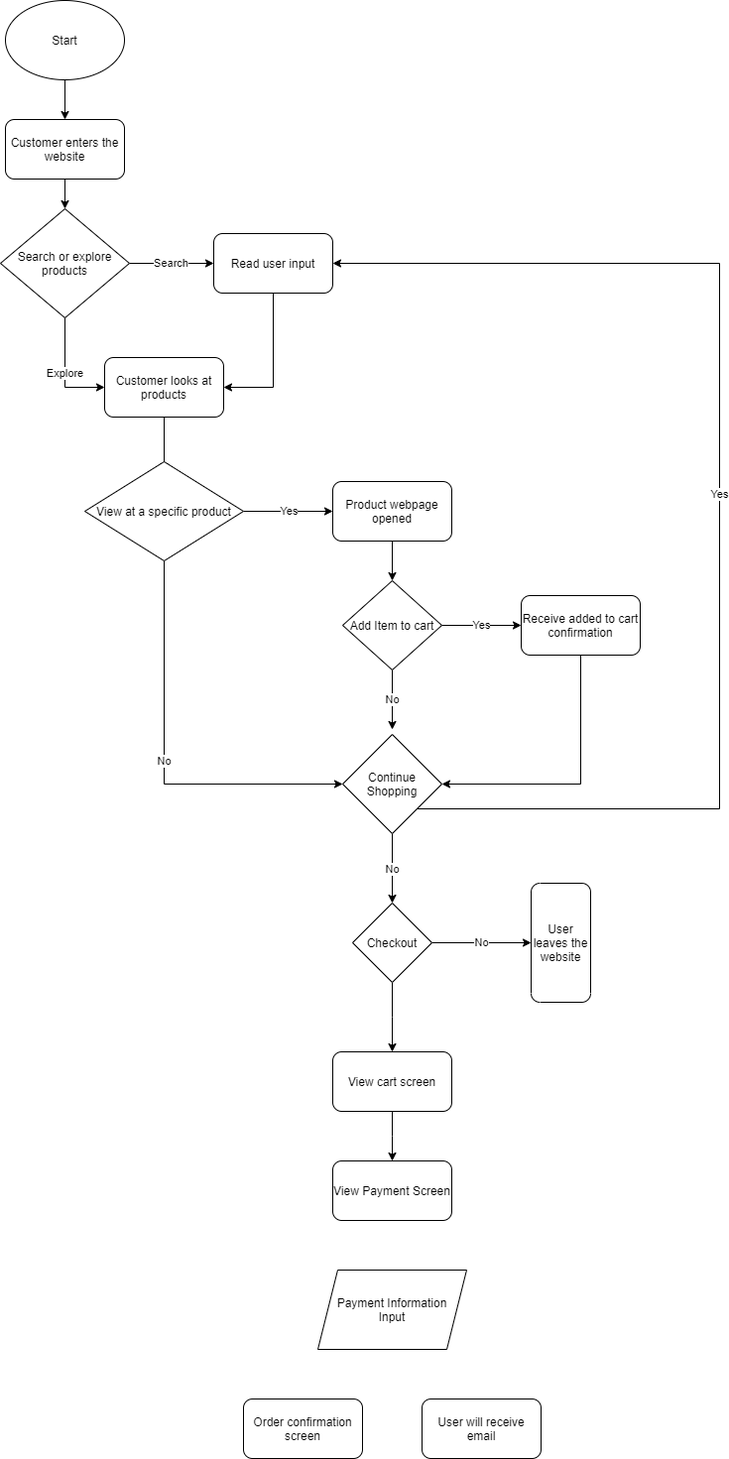
Above: part2/part2.drawio.png in jcpriyanto/sp21-cse110-lab4 (draw.io), before the change. Source tidied: cells renumbered, new cells last; positions are measured from the earlier drawing's top-left corner, leaving out a move shared by most shapes.
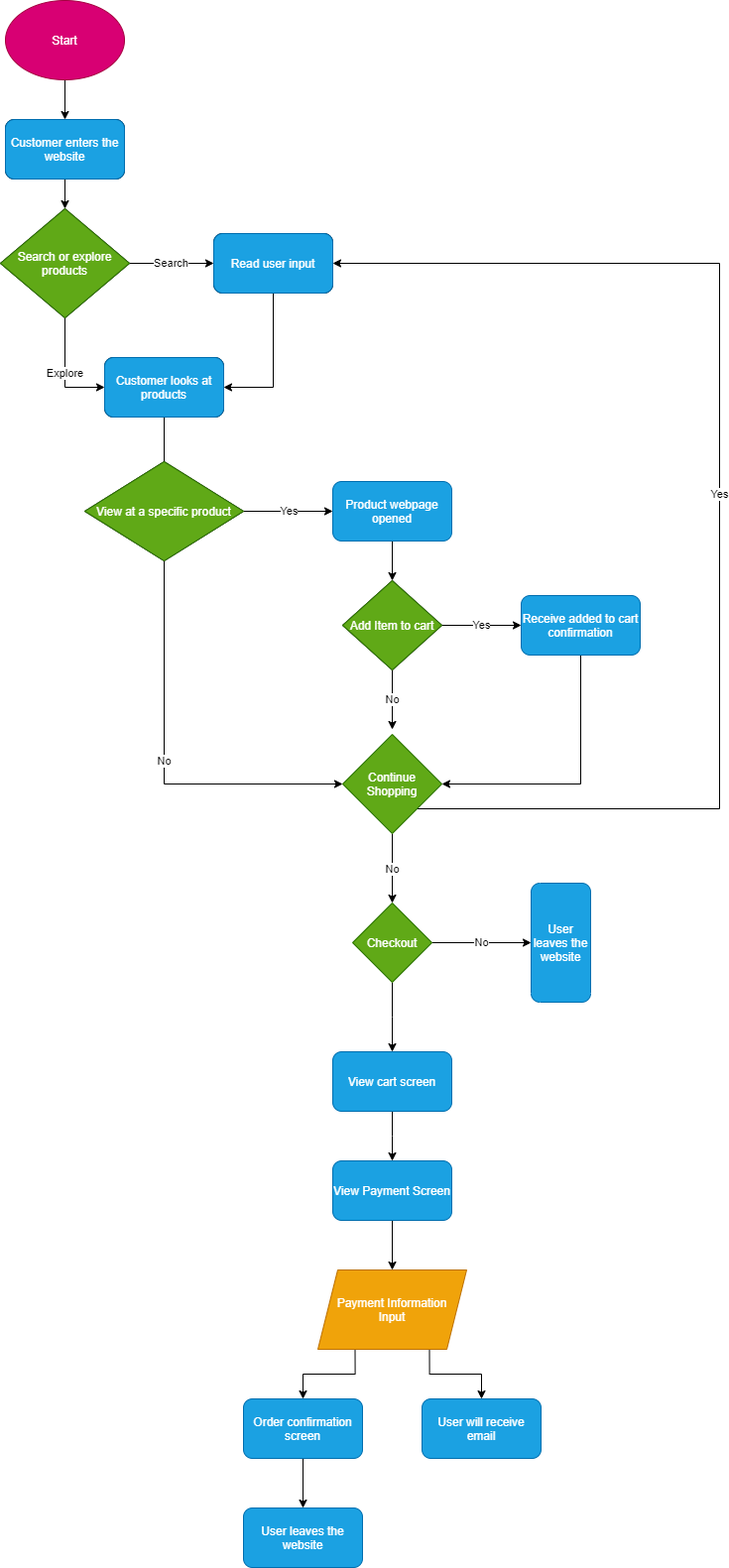
Later version of the same file.

What changed in the source:
```diff
@@ -5,7 +5,7 @@
     <mxCell id="2" style="edgeStyle=none;rounded=0;jettySize=auto;html=1;exitX=0.5;exitY=1;exitDx=0;exitDy=0;entryX=0.5;entryY=0;entryDx=0;entryDy=0;" parent="1" edge="1" source="3" target="5">
       <mxGeometry relative="1" as="geometry" />
     </mxCell>
-    <mxCell id="3" value="Start" style="ellipse;whiteSpace=wrap;html=1;" parent="1" vertex="1">
+    <mxCell id="3" value="Start" style="ellipse;whiteSpace=wrap;html=1;fillColor=#d80073;strokeColor=#A50040;fontColor=#ffffff;" parent="1" vertex="1">
       <mxGeometry x="5" width="120" height="80" as="geometry" />
     </mxCell>
     <mxCell id="4" style="edgeStyle=none;rounded=0;jettySize=auto;html=1;exitX=0.5;exitY=1;exitDx=0;exitDy=0;entryX=0.5;entryY=0;entryDx=0;entryDy=0;" parent="1" edge="1" source="5" target="8">
@@ -51,7 +51,7 @@
     <mxCell id="16" style="edgeStyle=orthogonalEdgeStyle;rounded=0;jettySize=auto;html=1;exitX=0.5;exitY=1;exitDx=0;exitDy=0;entryX=1;entryY=0.5;entryDx=0;entryDy=0;" parent="1" edge="1" source="17" target="25">
       <mxGeometry relative="1" as="geometry" />
     </mxCell>
-    <mxCell id="17" value="Receive added to cart confirmation" style="rounded=1;whiteSpace=wrap;html=1;" parent="1" vertex="1">
+    <mxCell id="17" value="Receive added to cart confirmation" style="rounded=1;whiteSpace=wrap;html=1;fillColor=#1ba1e2;strokeColor=#006EAF;fontColor=#ffffff;" parent="1" vertex="1">
       <mxGeometry x="525" y="600" width="120" height="60" as="geometry" />
     </mxCell>
     <mxCell id="18" value="Yes" style="edgeStyle=none;rounded=0;jettySize=auto;html=1;exitX=1;exitY=0.5;exitDx=0;exitDy=0;entryX=0;entryY=0.5;entryDx=0;entryDy=0;" parent="1" edge="1" source="20" target="22">
@@ -66,7 +66,7 @@
     <mxCell id="21" style="edgeStyle=none;rounded=0;jettySize=auto;html=1;exitX=0.5;exitY=1;exitDx=0;exitDy=0;entryX=0.5;entryY=0;entryDx=0;entryDy=0;" parent="1" edge="1" source="22" target="15">
       <mxGeometry relative="1" as="geometry" />
     </mxCell>
-    <mxCell id="22" value="Product webpage opened" style="rounded=1;whiteSpace=wrap;html=1;" parent="1" vertex="1">
+    <mxCell id="22" value="Product webpage opened" style="rounded=1;whiteSpace=wrap;html=1;fillColor=#1ba1e2;strokeColor=#006EAF;fontColor=#ffffff;" parent="1" vertex="1">
       <mxGeometry x="335" y="485" width="120" height="60" as="geometry" />
     </mxCell>
     <mxCell id="23" value="Yes" style="edgeStyle=elbowEdgeStyle;rounded=0;jettySize=auto;html=1;exitX=1;exitY=1;exitDx=0;exitDy=0;entryX=1;entryY=0.5;entryDx=0;entryDy=0;" parent="1" edge="1" source="25" target="10">
@@ -81,7 +81,7 @@
         <mxPoint x="395" y="910" as="targetPoint" />
       </mxGeometry>
     </mxCell>
-    <mxCell id="25" value="Continue Shopping" style="rhombus;whiteSpace=wrap;html=1;" parent="1" vertex="1">
+    <mxCell id="25" value="Continue Shopping" style="rhombus;whiteSpace=wrap;html=1;fillColor=#60a917;strokeColor=#2D7600;fontColor=#ffffff;" parent="1" vertex="1">
       <mxGeometry x="345" y="740" width="100" height="100" as="geometry" />
     </mxCell>
     <mxCell id="26" value="No" style="edgeStyle=elbowEdgeStyle;rounded=0;jettySize=auto;html=1;exitX=1;exitY=0.5;exitDx=0;exitDy=0;entryX=0.5;entryY=1;entryDx=0;entryDy=0;" parent="1" edge="1" source="28" target="29">
@@ -90,29 +90,62 @@
     <mxCell id="27" style="edgeStyle=elbowEdgeStyle;rounded=0;jettySize=auto;html=1;exitX=0.5;exitY=1;exitDx=0;exitDy=0;entryX=0.5;entryY=0;entryDx=0;entryDy=0;" parent="1" edge="1" source="28" target="31">
       <mxGeometry relative="1" as="geometry" />
     </mxCell>
-    <mxCell id="28" value="Checkout" style="rhombus;whiteSpace=wrap;html=1;" parent="1" vertex="1">
+    <mxCell id="28" value="Checkout" style="rhombus;whiteSpace=wrap;html=1;fillColor=#60a917;strokeColor=#2D7600;fontColor=#ffffff;" parent="1" vertex="1">
       <mxGeometry x="355" y="910" width="80" height="80" as="geometry" />
     </mxCell>
-    <mxCell id="29" value="User leaves the website" style="rounded=1;whiteSpace=wrap;html=1;direction=south;" parent="1" vertex="1">
+    <mxCell id="29" value="User leaves the website" style="rounded=1;whiteSpace=wrap;html=1;direction=south;fillColor=#1ba1e2;strokeColor=#006EAF;fontColor=#ffffff;" parent="1" vertex="1">
       <mxGeometry x="535" y="890" width="60" height="120" as="geometry" />
     </mxCell>
     <mxCell id="30" style="edgeStyle=elbowEdgeStyle;rounded=0;jettySize=auto;html=1;exitX=0.5;exitY=1;exitDx=0;exitDy=0;entryX=0.5;entryY=0;entryDx=0;entryDy=0;" parent="1" edge="1" source="31" target="32">
       <mxGeometry relative="1" as="geometry" />
     </mxCell>
-    <mxCell id="31" value="View cart screen" style="rounded=1;whiteSpace=wrap;html=1;" parent="1" vertex="1">
+    <mxCell id="31" value="View cart screen" style="rounded=1;whiteSpace=wrap;html=1;fillColor=#1ba1e2;strokeColor=#006EAF;fontColor=#ffffff;" parent="1" vertex="1">
       <mxGeometry x="335" y="1060" width="120" height="60" as="geometry" />
     </mxCell>
+    <mxCell id="36" style="edgeStyle=orthogonalEdgeStyle;rounded=0;jettySize=auto;html=1;exitX=0.5;exitY=1;exitDx=0;exitDy=0;entryX=0.5;entryY=0;entryDx=0;entryDy=0;" parent="1" edge="1" source="32" target="33">
+      <mxGeometry relative="1" as="geometry" />
+    </mxCell>
-    <mxCell id="32" value="View Payment Screen" style="rounded=1;whiteSpace=wrap;html=1;" parent="1" vertex="1">
+    <mxCell id="32" value="View Payment Screen" style="rounded=1;whiteSpace=wrap;html=1;fillColor=#1ba1e2;strokeColor=#006EAF;fontColor=#ffffff;" parent="1" vertex="1">
       <mxGeometry x="335" y="1170" width="120" height="60" as="geometry" />
     </mxCell>
+    <mxCell id="37" style="edgeStyle=orthogonalEdgeStyle;rounded=0;jettySize=auto;html=1;exitX=0.75;exitY=1;exitDx=0;exitDy=0;entryX=0.5;entryY=0;entryDx=0;entryDy=0;" parent="1" edge="1" source="33" target="35">
+      <mxGeometry relative="1" as="geometry" />
+    </mxCell>
+    <mxCell id="38" style="edgeStyle=orthogonalEdgeStyle;rounded=0;jettySize=auto;html=1;exitX=0.25;exitY=1;exitDx=0;exitDy=0;entryX=0.5;entryY=0;entryDx=0;entryDy=0;" parent="1" edge="1" source="33" target="34">
+      <mxGeometry relative="1" as="geometry" />
+    </mxCell>
-    <mxCell id="33" value="Payment Information&lt;br&gt;Input" style="shape=parallelogram;perimeter=parallelogramPerimeter;whiteSpace=wrap;html=1;fixedSize=1;" parent="1" vertex="1">
+    <mxCell id="33" value="Payment Information&lt;br&gt;Input" style="shape=parallelogram;perimeter=parallelogramPerimeter;whiteSpace=wrap;html=1;fixedSize=1;fillColor=#f0a30a;strokeColor=#BD7000;fontColor=#ffffff;" parent="1" vertex="1">
       <mxGeometry x="320" y="1280" width="150" height="80" as="geometry" />
     </mxCell>
+    <mxCell id="39" style="edgeStyle=orthogonalEdgeStyle;rounded=0;jettySize=auto;html=1;exitX=0.5;exitY=1;exitDx=0;exitDy=0;entryX=0.5;entryY=0;entryDx=0;entryDy=0;" parent="1" edge="1" source="34" target="40">
+      <mxGeometry relative="1" as="geometry" />
+    </mxCell>
-    <mxCell id="34" value="Order confirmation screen" style="rounded=1;whiteSpace=wrap;html=1;" parent="1" vertex="1">
+    <mxCell id="34" value="Order confirmation screen" style="rounded=1;whiteSpace=wrap;html=1;fillColor=#1ba1e2;strokeColor=#006EAF;fontColor=#ffffff;" parent="1" vertex="1">
       <mxGeometry x="245" y="1410" width="120" height="60" as="geometry" />
     </mxCell>
-    <mxCell id="35" value="User will receive email" style="rounded=1;whiteSpace=wrap;html=1;" parent="1" vertex="1">
+    <mxCell id="35" value="User will receive email" style="rounded=1;whiteSpace=wrap;html=1;fillColor=#1ba1e2;strokeColor=#006EAF;fontColor=#ffffff;" parent="1" vertex="1">
       <mxGeometry x="425" y="1410" width="120" height="60" as="geometry" />
     </mxCell>
+    <mxCell id="40" value="User leaves the website" style="rounded=1;whiteSpace=wrap;html=1;fillColor=#1ba1e2;strokeColor=#006EAF;fontColor=#ffffff;" parent="1" vertex="1">
+      <mxGeometry x="245" y="1520" width="120" height="60" as="geometry" />
+    </mxCell>
+    <mxCell id="41" value="Customer enters the website" style="rounded=1;whiteSpace=wrap;html=1;fillColor=#1ba1e2;strokeColor=#006EAF;fontColor=#ffffff;" parent="1" vertex="1">
+      <mxGeometry x="5" y="120" width="120" height="60" as="geometry" />
+    </mxCell>
+    <mxCell id="42" value="Read user input" style="rounded=1;whiteSpace=wrap;html=1;fillColor=#1ba1e2;strokeColor=#006EAF;fontColor=#ffffff;" parent="1" vertex="1">
+      <mxGeometry x="215" y="235" width="120" height="60" as="geometry" />
+    </mxCell>
+    <mxCell id="43" value="Customer looks at products" style="rounded=1;whiteSpace=wrap;html=1;fillColor=#1ba1e2;strokeColor=#006EAF;fontColor=#ffffff;" parent="1" vertex="1">
+      <mxGeometry x="105" y="360" width="120" height="60" as="geometry" />
+    </mxCell>
+    <mxCell id="44" value="View at a specific product" style="rhombus;whiteSpace=wrap;html=1;fillColor=#60a917;strokeColor=#2D7600;fontColor=#ffffff;" parent="1" vertex="1">
+      <mxGeometry x="85" y="465" width="160" height="100" as="geometry" />
+    </mxCell>
+    <mxCell id="45" value="Search or explore products" style="rhombus;whiteSpace=wrap;html=1;fillColor=#60a917;strokeColor=#2D7600;fontColor=#ffffff;" parent="1" vertex="1">
+      <mxGeometry y="210" width="130" height="110" as="geometry" />
+    </mxCell>
+    <mxCell id="46" value="Add Item to cart" style="rhombus;whiteSpace=wrap;html=1;fillColor=#60a917;strokeColor=#2D7600;fontColor=#ffffff;" parent="1" vertex="1">
+      <mxGeometry x="345" y="585" width="100" height="90" as="geometry" />
+    </mxCell>
   </root>
 </mxGraphModel>
```
